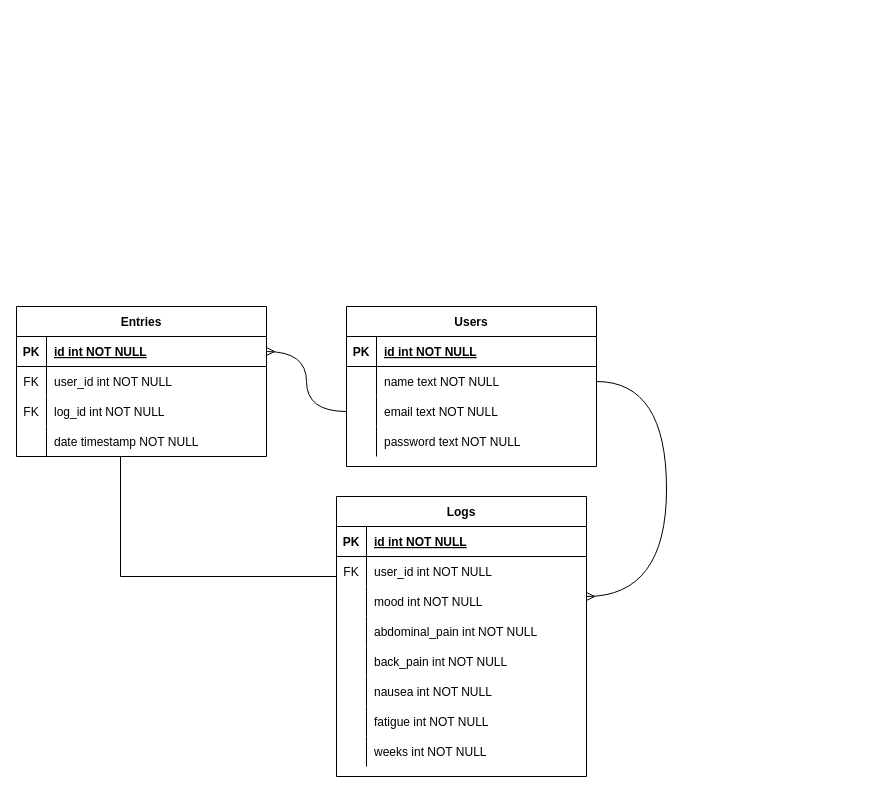
Stork-App/Stork keeps this draw.io diagram as Untitled Diagram.drawio. Above is the earlier version. Source tidied: cells renumbered, new cells numbered last; positions are measured from the earlier drawing's top-left corner, leaving out a move shared by most shapes. Both pictures are drawn from the tidied source at 100%, with x=0, y=0 at pixel (16, 306).
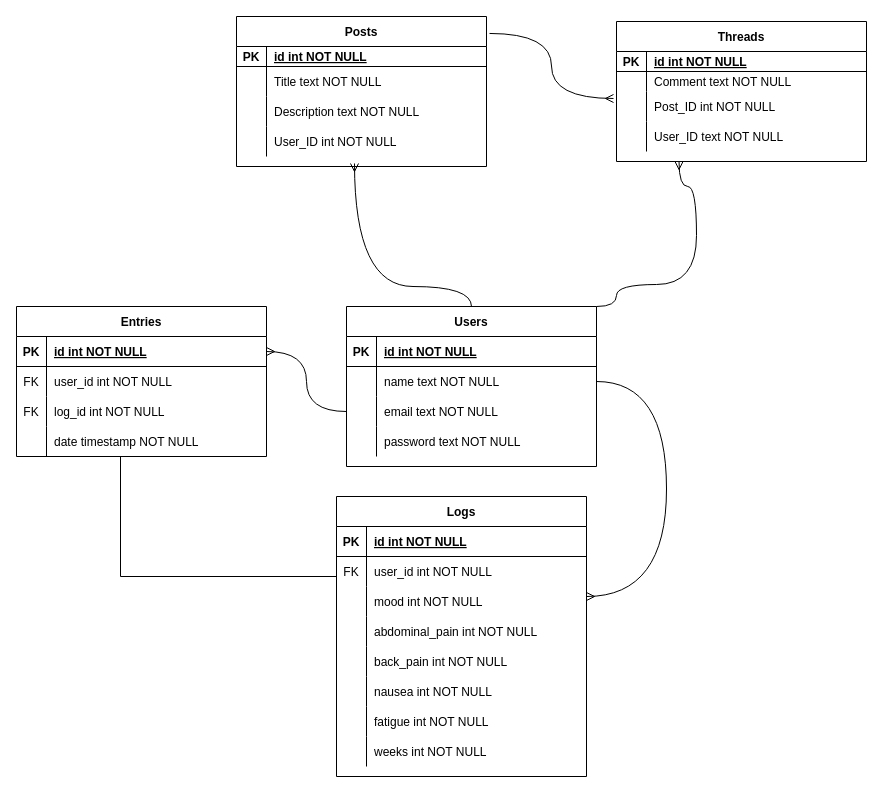
The same diagram, later.

The change refers to these unchanged cells:
```xml
<mxCell id="2" value="Users" style="shape=table;startSize=30;childLayout=tableLayout;rowLines=0;fontStyle=1;align=center;" parent="1" vertex="1">
  <mxGeometry x="330" width="250" height="160" as="geometry" />
</mxCell>
```

Change to the diagram source:
```diff
@@
+    <mxCell id="56" value="Posts" style="shape=table;startSize=30;childLayout=tableLayout;rowLines=0;fontStyle=1;align=center;" parent="1" vertex="1">
+      <mxGeometry x="220" y="-290" width="250" height="150" as="geometry" />
+    </mxCell>
+    <mxCell id="57" style="shape=partialRectangle;fillColor=none;top=0;left=0;right=0;bottom=1;" parent="56" vertex="1">
+      <mxGeometry y="30" width="250" height="20" as="geometry" />
+    </mxCell>
+    <mxCell id="58" value="PK" style="shape=partialRectangle;overflow=hidden;fillColor=none;top=0;left=0;bottom=0;right=0;fontStyle=1;" parent="57" vertex="1">
+      <mxGeometry width="30" height="20" as="geometry" />
+    </mxCell>
+    <mxCell id="59" value="id int NOT NULL " style="shape=partialRectangle;overflow=hidden;fillColor=none;top=0;left=0;bottom=0;right=0;align=left;spacingLeft=6;fontStyle=5;" parent="57" vertex="1">
+      <mxGeometry x="30" width="220" height="20" as="geometry" />
+    </mxCell>
+    <mxCell id="60" style="shape=partialRectangle;fillColor=none;top=0;left=0;right=0;bottom=0;" parent="56" vertex="1">
+      <mxGeometry y="50" width="250" height="30" as="geometry" />
+    </mxCell>
+    <mxCell id="61" style="shape=partialRectangle;overflow=hidden;fillColor=none;top=0;left=0;bottom=0;right=0;" parent="60" vertex="1">
+      <mxGeometry width="30" height="30" as="geometry" />
+    </mxCell>
+    <mxCell id="62" value="Title text NOT NULL" style="shape=partialRectangle;overflow=hidden;fillColor=none;top=0;left=0;bottom=0;right=0;align=left;spacingLeft=6;" parent="60" vertex="1">
+      <mxGeometry x="30" width="220" height="30" as="geometry" />
+    </mxCell>
+    <mxCell id="63" style="shape=partialRectangle;fillColor=none;top=0;left=0;right=0;bottom=0;" parent="56" vertex="1">
+      <mxGeometry y="80" width="250" height="30" as="geometry" />
+    </mxCell>
+    <mxCell id="64" style="shape=partialRectangle;overflow=hidden;fillColor=none;top=0;left=0;bottom=0;right=0;" parent="63" vertex="1">
+      <mxGeometry width="30" height="30" as="geometry" />
+    </mxCell>
+    <mxCell id="65" value="Description text NOT NULL" style="shape=partialRectangle;overflow=hidden;fillColor=none;top=0;left=0;bottom=0;right=0;align=left;spacingLeft=6;" parent="63" vertex="1">
+      <mxGeometry x="30" width="220" height="30" as="geometry" />
+    </mxCell>
+    <mxCell id="66" style="shape=partialRectangle;fillColor=none;points=[[0,0.5],[1,0.5]];portConstraint=eastwest;top=0;left=0;right=0;bottom=0;" parent="56" vertex="1">
+      <mxGeometry y="110" width="250" height="30" as="geometry" />
+    </mxCell>
+    <mxCell id="67" style="shape=partialRectangle;overflow=hidden;fillColor=none;top=0;left=0;bottom=0;right=0;" parent="66" vertex="1">
+      <mxGeometry width="30" height="30" as="geometry" />
+    </mxCell>
+    <mxCell id="68" value="User_ID int NOT NULL" style="shape=partialRectangle;overflow=hidden;fillColor=none;top=0;left=0;bottom=0;right=0;align=left;spacingLeft=6;" parent="66" vertex="1">
+      <mxGeometry x="30" width="220" height="30" as="geometry" />
+    </mxCell>
+    <mxCell id="69" value="Threads" style="shape=table;startSize=30;childLayout=tableLayout;rowLines=0;fontStyle=1;align=center;" parent="1" vertex="1">
+      <mxGeometry x="600" y="-285" width="250" height="140" as="geometry" />
+    </mxCell>
+    <mxCell id="70" style="shape=partialRectangle;fillColor=none;top=0;left=0;right=0;bottom=1;" parent="69" vertex="1">
+      <mxGeometry y="30" width="250" height="20" as="geometry" />
+    </mxCell>
+    <mxCell id="71" value="PK" style="shape=partialRectangle;overflow=hidden;fillColor=none;top=0;left=0;bottom=0;right=0;fontStyle=1;" parent="70" vertex="1">
+      <mxGeometry width="30" height="20" as="geometry" />
+    </mxCell>
+    <mxCell id="72" value="id int NOT NULL " style="shape=partialRectangle;overflow=hidden;fillColor=none;top=0;left=0;bottom=0;right=0;align=left;spacingLeft=6;fontStyle=5;" parent="70" vertex="1">
+      <mxGeometry x="30" width="220" height="20" as="geometry" />
+    </mxCell>
+    <mxCell id="73" style="shape=partialRectangle;fillColor=none;top=0;left=0;right=0;bottom=0;" parent="69" vertex="1">
+      <mxGeometry y="50" width="250" height="20" as="geometry" />
+    </mxCell>
+    <mxCell id="74" style="shape=partialRectangle;overflow=hidden;fillColor=none;top=0;left=0;bottom=0;right=0;" parent="73" vertex="1">
+      <mxGeometry width="30" height="20" as="geometry" />
+    </mxCell>
+    <mxCell id="75" value="Comment text NOT NULL" style="shape=partialRectangle;overflow=hidden;fillColor=none;top=0;left=0;bottom=0;right=0;align=left;spacingLeft=6;" parent="73" vertex="1">
+      <mxGeometry x="30" width="220" height="20" as="geometry" />
+    </mxCell>
+    <mxCell id="76" style="shape=partialRectangle;fillColor=none;points=[[0,0.5],[1,0.5]];portConstraint=eastwest;top=0;left=0;right=0;bottom=0;" parent="69" vertex="1">
+      <mxGeometry y="70" width="250" height="30" as="geometry" />
+    </mxCell>
+    <mxCell id="77" style="shape=partialRectangle;overflow=hidden;fillColor=none;top=0;left=0;bottom=0;right=0;" parent="76" vertex="1">
+      <mxGeometry width="30" height="30" as="geometry" />
+    </mxCell>
+    <mxCell id="78" value="Post_ID int NOT NULL" style="shape=partialRectangle;overflow=hidden;fillColor=none;top=0;left=0;bottom=0;right=0;align=left;spacingLeft=6;" parent="76" vertex="1">
+      <mxGeometry x="30" width="220" height="30" as="geometry" />
+    </mxCell>
+    <mxCell id="79" style="shape=partialRectangle;fillColor=none;top=0;left=0;right=0;bottom=0;" parent="69" vertex="1">
+      <mxGeometry y="100" width="250" height="30" as="geometry" />
+    </mxCell>
+    <mxCell id="80" style="shape=partialRectangle;overflow=hidden;fillColor=none;top=0;left=0;bottom=0;right=0;" parent="79" vertex="1">
+      <mxGeometry width="30" height="30" as="geometry" />
+    </mxCell>
+    <mxCell id="81" value="User_ID text NOT NULL" style="shape=partialRectangle;overflow=hidden;fillColor=none;top=0;left=0;bottom=0;right=0;align=left;spacingLeft=6;" parent="79" vertex="1">
+      <mxGeometry x="30" width="220" height="30" as="geometry" />
+    </mxCell>
+    <mxCell id="82" style="edgeStyle=orthogonalEdgeStyle;curved=1;rounded=0;jettySize=auto;html=1;exitX=1.012;exitY=0.113;exitDx=0;exitDy=0;entryX=-0.012;entryY=0.233;entryDx=0;entryDy=0;endArrow=ERmany;endFill=0;exitPerimeter=0;entryPerimeter=0;" parent="1" edge="1" source="56" target="76">
+      <mxGeometry relative="1" as="geometry" />
+    </mxCell>
+    <mxCell id="83" style="edgeStyle=orthogonalEdgeStyle;curved=1;rounded=0;jettySize=auto;html=1;entryX=0.472;entryY=1.233;entryDx=0;entryDy=0;endArrow=ERmany;endFill=0;entryPerimeter=0;" parent="1" edge="1" source="2" target="66">
+      <mxGeometry relative="1" as="geometry">
+        <Array as="points">
+          <mxPoint x="455" y="-20" />
+          <mxPoint x="338" y="-20" />
+        </Array>
+      </mxGeometry>
+    </mxCell>
+    <mxCell id="84" style="edgeStyle=orthogonalEdgeStyle;curved=1;rounded=0;jettySize=auto;html=1;entryX=0.25;entryY=1;entryDx=0;entryDy=0;endArrow=ERmany;endFill=0;" parent="1" edge="1" source="2" target="69">
+      <mxGeometry relative="1" as="geometry">
+        <Array as="points">
+          <mxPoint x="600" />
+          <mxPoint x="600" y="-22" />
+          <mxPoint x="680" y="-22" />
+          <mxPoint x="680" y="-120" />
+          <mxPoint x="663" y="-120" />
+        </Array>
+      </mxGeometry>
+    </mxCell>
```
